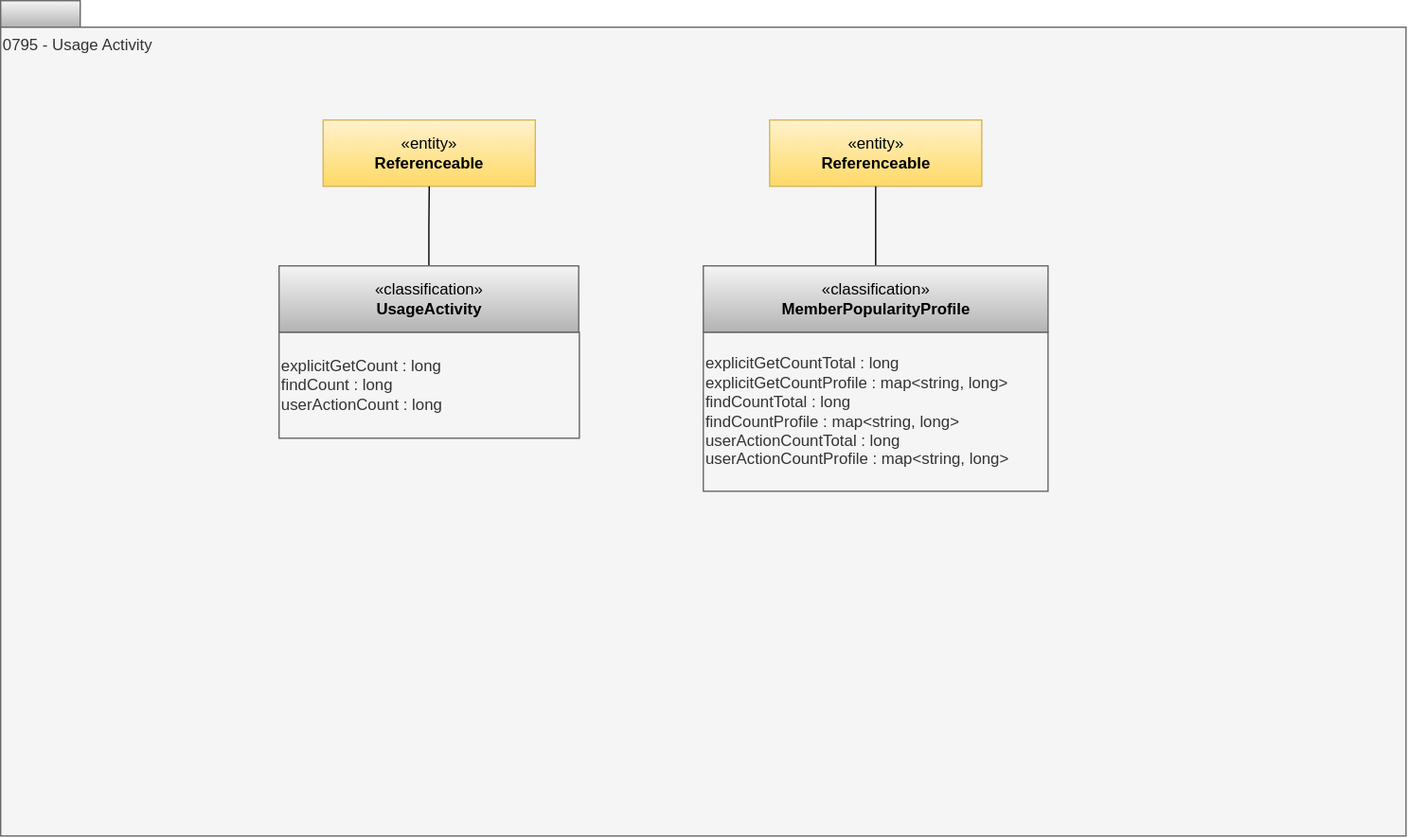
Before: site/docs/types/7/0795-Usage-Activity.svg, a diagram exported from draw.io (odpi/egeria-docs). Source tidied: cells renumbered, new cells last; positions are measured from the earlier drawing's top-left corner, leaving out a move shared by most shapes. Its diagram source:
```xml
<mxGraphModel>
  <root>
    <mxCell id="0" />
    <mxCell id="1" parent="0" />
    <mxCell id="2" style="rounded=0;whiteSpace=wrap;html=1;align=left;fillColor=#f5f5f5;strokeColor=#666666;gradientColor=#b3b3b3;" parent="1" vertex="1">
      <mxGeometry width="60" height="20" as="geometry" />
    </mxCell>
    <mxCell id="3" value="0795 - Usage Activity" style="rounded=0;whiteSpace=wrap;html=1;align=left;verticalAlign=top;fillColor=#f5f5f5;fontColor=#333333;strokeColor=#666666;" parent="1" vertex="1">
      <mxGeometry y="20" width="1060" height="610" as="geometry" />
    </mxCell>
    <mxCell id="4" value="«entity»&lt;br&gt;&lt;b&gt;Referenceable&lt;/b&gt;" style="html=1;strokeColor=#d6b656;align=center;fillColor=#fff2cc;gradientColor=#ffd966;" parent="1" vertex="1">
      <mxGeometry x="243.2" y="90" width="160" height="50" as="geometry" />
    </mxCell>
    <mxCell id="5" style="edgeStyle=orthogonalEdgeStyle;rounded=0;html=1;exitX=0.5;exitY=0;endArrow=none;endFill=0;jettySize=auto;entryX=0.5;entryY=1;entryDx=0;entryDy=0;exitDx=0;exitDy=0;" parent="1" edge="1" source="7" target="4">
      <mxGeometry relative="1" as="geometry" />
    </mxCell>
    <mxCell id="6" value="explicitGetCount : long&lt;div&gt;findCount : long&lt;/div&gt;&lt;div&gt;userActionCount : long&lt;/div&gt;" style="rounded=0;whiteSpace=wrap;html=1;strokeColor=#666666;align=left;fillColor=#f5f5f5;fontColor=#333333;" parent="1" vertex="1">
      <mxGeometry x="210" y="250" width="226.5" height="80" as="geometry" />
    </mxCell>
    <mxCell id="7" value="«classification»&lt;br&gt;&lt;b&gt;UsageActivity&lt;/b&gt;" style="html=1;strokeColor=#666666;align=center;fillColor=#f5f5f5;gradientColor=#b3b3b3;" parent="1" vertex="1">
      <mxGeometry x="210" y="200" width="226" height="50" as="geometry" />
    </mxCell>
    <mxCell id="8" value="«entity»&lt;br&gt;&lt;b&gt;Referenceable&lt;/b&gt;" style="html=1;strokeColor=#d6b656;align=center;fillColor=#fff2cc;gradientColor=#ffd966;" parent="1" vertex="1">
      <mxGeometry x="580" y="90" width="160" height="50" as="geometry" />
    </mxCell>
    <mxCell id="9" style="edgeStyle=orthogonalEdgeStyle;rounded=0;html=1;exitX=0.5;exitY=0;endArrow=none;endFill=0;jettySize=auto;entryX=0.5;entryY=1;entryDx=0;entryDy=0;exitDx=0;exitDy=0;" parent="1" edge="1" source="11" target="8">
      <mxGeometry relative="1" as="geometry" />
    </mxCell>
    <mxCell id="10" value="explicitGetCountTotal : long&lt;div&gt;explicitGetCountProfile : map&amp;lt;string, long&amp;gt;&lt;br&gt;&lt;div&gt;findCountTotal : long&lt;/div&gt;&lt;div&gt;findCountProfile :&amp;nbsp;&lt;span style=&quot;background-color: transparent; color: light-dark(rgb(51, 51, 51), rgb(193, 193, 193));&quot;&gt;map&amp;lt;string, long&amp;gt;&lt;/span&gt;&lt;/div&gt;&lt;div&gt;userActionCountTotal : long&lt;/div&gt;&lt;div&gt;&lt;span style=&quot;background-color: transparent; color: light-dark(rgb(51, 51, 51), rgb(193, 193, 193));&quot;&gt;userActionCountProfile :&amp;nbsp;&lt;/span&gt;&lt;span style=&quot;background-color: transparent; color: light-dark(rgb(51, 51, 51), rgb(193, 193, 193));&quot;&gt;map&amp;lt;string, long&amp;gt;&lt;/span&gt;&lt;/div&gt;&lt;/div&gt;" style="rounded=0;whiteSpace=wrap;html=1;strokeColor=#666666;align=left;fillColor=#f5f5f5;fontColor=#333333;" parent="1" vertex="1">
      <mxGeometry x="530" y="250" width="260" height="120" as="geometry" />
    </mxCell>
    <mxCell id="11" value="«classification»&lt;br&gt;&lt;b&gt;MemberPopularityProfile&lt;/b&gt;" style="html=1;strokeColor=#666666;align=center;fillColor=#f5f5f5;gradientColor=#b3b3b3;" parent="1" vertex="1">
      <mxGeometry x="530" y="200" width="260" height="50" as="geometry" />
    </mxCell>
  </root>
</mxGraphModel>
```
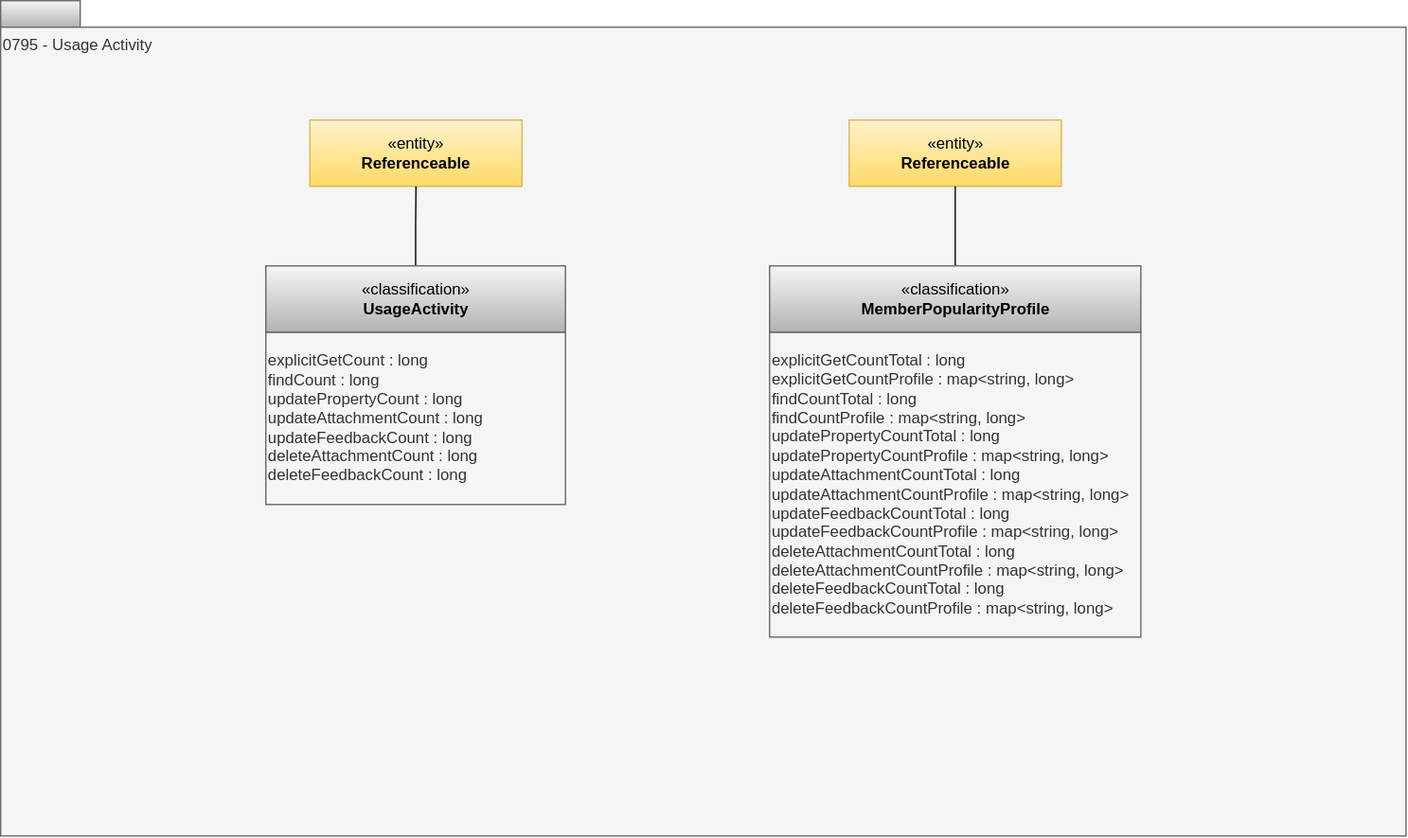
The same diagram one commit later.

The edit, as a diff of the source:
```diff
@@ -9,28 +9,28 @@
       <mxGeometry y="20" width="1060" height="610" as="geometry" />
     </mxCell>
     <mxCell id="4" value="«entity»&lt;br&gt;&lt;b&gt;Referenceable&lt;/b&gt;" style="html=1;strokeColor=#d6b656;align=center;fillColor=#fff2cc;gradientColor=#ffd966;" parent="1" vertex="1">
-      <mxGeometry x="243.2" y="90" width="160" height="50" as="geometry" />
+      <mxGeometry x="233.2" y="90" width="160" height="50" as="geometry" />
     </mxCell>
     <mxCell id="5" style="edgeStyle=orthogonalEdgeStyle;rounded=0;html=1;exitX=0.5;exitY=0;endArrow=none;endFill=0;jettySize=auto;entryX=0.5;entryY=1;entryDx=0;entryDy=0;exitDx=0;exitDy=0;" parent="1" edge="1" source="7" target="4">
       <mxGeometry relative="1" as="geometry" />
     </mxCell>
-    <mxCell id="6" value="explicitGetCount : long&lt;div&gt;findCount : long&lt;/div&gt;&lt;div&gt;userActionCount : long&lt;/div&gt;" style="rounded=0;whiteSpace=wrap;html=1;strokeColor=#666666;align=left;fillColor=#f5f5f5;fontColor=#333333;" parent="1" vertex="1">
-      <mxGeometry x="210" y="250" width="226.5" height="80" as="geometry" />
+    <mxCell id="6" value="explicitGetCount : long&lt;div&gt;findCount : long&lt;/div&gt;&lt;div&gt;updatePropertyCount : long&lt;/div&gt;&lt;div&gt;updateAttachmentCount : long&lt;/div&gt;&lt;div&gt;updateFeedbackCount : long&lt;/div&gt;&lt;div&gt;deleteAttachmentCount : long&lt;/div&gt;&lt;div&gt;deleteFeedbackCount : long&lt;/div&gt;" style="rounded=0;whiteSpace=wrap;html=1;strokeColor=#666666;align=left;fillColor=#f5f5f5;fontColor=#333333;" parent="1" vertex="1">
+      <mxGeometry x="200" y="250" width="226" height="130" as="geometry" />
     </mxCell>
     <mxCell id="7" value="«classification»&lt;br&gt;&lt;b&gt;UsageActivity&lt;/b&gt;" style="html=1;strokeColor=#666666;align=center;fillColor=#f5f5f5;gradientColor=#b3b3b3;" parent="1" vertex="1">
-      <mxGeometry x="210" y="200" width="226" height="50" as="geometry" />
+      <mxGeometry x="200" y="200" width="226" height="50" as="geometry" />
     </mxCell>
     <mxCell id="8" value="«entity»&lt;br&gt;&lt;b&gt;Referenceable&lt;/b&gt;" style="html=1;strokeColor=#d6b656;align=center;fillColor=#fff2cc;gradientColor=#ffd966;" parent="1" vertex="1">
-      <mxGeometry x="580" y="90" width="160" height="50" as="geometry" />
+      <mxGeometry x="640" y="90" width="160" height="50" as="geometry" />
     </mxCell>
     <mxCell id="9" style="edgeStyle=orthogonalEdgeStyle;rounded=0;html=1;exitX=0.5;exitY=0;endArrow=none;endFill=0;jettySize=auto;entryX=0.5;entryY=1;entryDx=0;entryDy=0;exitDx=0;exitDy=0;" parent="1" edge="1" source="11" target="8">
       <mxGeometry relative="1" as="geometry" />
     </mxCell>
-    <mxCell id="10" value="explicitGetCountTotal : long&lt;div&gt;explicitGetCountProfile : map&amp;lt;string, long&amp;gt;&lt;br&gt;&lt;div&gt;findCountTotal : long&lt;/div&gt;&lt;div&gt;findCountProfile :&amp;nbsp;&lt;span style=&quot;background-color: transparent; color: light-dark(rgb(51, 51, 51), rgb(193, 193, 193));&quot;&gt;map&amp;lt;string, long&amp;gt;&lt;/span&gt;&lt;/div&gt;&lt;div&gt;userActionCountTotal : long&lt;/div&gt;&lt;div&gt;&lt;span style=&quot;background-color: transparent; color: light-dark(rgb(51, 51, 51), rgb(193, 193, 193));&quot;&gt;userActionCountProfile :&amp;nbsp;&lt;/span&gt;&lt;span style=&quot;background-color: transparent; color: light-dark(rgb(51, 51, 51), rgb(193, 193, 193));&quot;&gt;map&amp;lt;string, long&amp;gt;&lt;/span&gt;&lt;/div&gt;&lt;/div&gt;" style="rounded=0;whiteSpace=wrap;html=1;strokeColor=#666666;align=left;fillColor=#f5f5f5;fontColor=#333333;" parent="1" vertex="1">
-      <mxGeometry x="530" y="250" width="260" height="120" as="geometry" />
+    <mxCell id="10" value="explicitGetCountTotal : long&lt;div&gt;explicitGetCountProfile : map&amp;lt;string, long&amp;gt;&lt;br&gt;&lt;div&gt;findCountTotal : long&lt;/div&gt;&lt;div&gt;findCountProfile :&amp;nbsp;&lt;span style=&quot;background-color: transparent; color: light-dark(rgb(51, 51, 51), rgb(193, 193, 193));&quot;&gt;map&amp;lt;string, long&amp;gt;&lt;/span&gt;&lt;/div&gt;&lt;div&gt;updatePropertyCountTotal : long&lt;/div&gt;&lt;div&gt;&lt;span style=&quot;background-color: transparent; color: light-dark(rgb(51, 51, 51), rgb(193, 193, 193));&quot;&gt;updatePropertyCountProfile :&amp;nbsp;&lt;/span&gt;&lt;span style=&quot;background-color: transparent; color: light-dark(rgb(51, 51, 51), rgb(193, 193, 193));&quot;&gt;map&amp;lt;string, long&amp;gt;&lt;/span&gt;&lt;/div&gt;&lt;/div&gt;&lt;div&gt;&lt;div&gt;updateAttachmentCountTotal : long&lt;/div&gt;&lt;div&gt;&lt;div&gt;&lt;span style=&quot;background-color: transparent; color: light-dark(rgb(51, 51, 51), rgb(193, 193, 193));&quot;&gt;updateAttachmentCountProfile : &lt;/span&gt;&lt;span style=&quot;background-color: transparent; color: light-dark(rgb(51, 51, 51), rgb(193, 193, 193));&quot;&gt;map&amp;lt;string, long&amp;gt;&lt;/span&gt;&lt;/div&gt;&lt;div&gt;&lt;/div&gt;&lt;/div&gt;&lt;div&gt;updateFeedbackCountTotal : long&lt;/div&gt;&lt;div&gt;&lt;div&gt;&lt;span style=&quot;background-color: transparent; color: light-dark(rgb(51, 51, 51), rgb(193, 193, 193));&quot;&gt;updateFeedbackCountProfile : &lt;/span&gt;&lt;span style=&quot;background-color: transparent; color: light-dark(rgb(51, 51, 51), rgb(193, 193, 193));&quot;&gt;map&amp;lt;string, long&amp;gt;&lt;/span&gt;&lt;/div&gt;&lt;div&gt;&lt;/div&gt;&lt;/div&gt;&lt;div&gt;deleteAttachmentCountTotal : long&lt;/div&gt;&lt;div&gt;&lt;div&gt;&lt;span style=&quot;background-color: transparent; color: light-dark(rgb(51, 51, 51), rgb(193, 193, 193));&quot;&gt;deleteAttachmentCountProfile : &lt;/span&gt;&lt;span style=&quot;background-color: transparent; color: light-dark(rgb(51, 51, 51), rgb(193, 193, 193));&quot;&gt;map&amp;lt;string, long&amp;gt;&lt;/span&gt;&lt;/div&gt;&lt;div&gt;&lt;/div&gt;&lt;/div&gt;&lt;div&gt;deleteFeedbackCountTotal : long&lt;/div&gt;&lt;/div&gt;&lt;div&gt;&lt;div&gt;&lt;span style=&quot;background-color: transparent; color: light-dark(rgb(51, 51, 51), rgb(193, 193, 193));&quot;&gt;deleteFeedbackCountProfile : &lt;/span&gt;&lt;span style=&quot;background-color: transparent; color: light-dark(rgb(51, 51, 51), rgb(193, 193, 193));&quot;&gt;map&amp;lt;string, long&amp;gt;&lt;/span&gt;&lt;/div&gt;&lt;div&gt;&lt;/div&gt;&lt;/div&gt;" style="rounded=0;whiteSpace=wrap;html=1;strokeColor=#666666;align=left;fillColor=#f5f5f5;fontColor=#333333;" parent="1" vertex="1">
+      <mxGeometry x="580" y="250" width="280" height="230" as="geometry" />
     </mxCell>
     <mxCell id="11" value="«classification»&lt;br&gt;&lt;b&gt;MemberPopularityProfile&lt;/b&gt;" style="html=1;strokeColor=#666666;align=center;fillColor=#f5f5f5;gradientColor=#b3b3b3;" parent="1" vertex="1">
-      <mxGeometry x="530" y="200" width="260" height="50" as="geometry" />
+      <mxGeometry x="580" y="200" width="280" height="50" as="geometry" />
     </mxCell>
   </root>
 </mxGraphModel>
```
